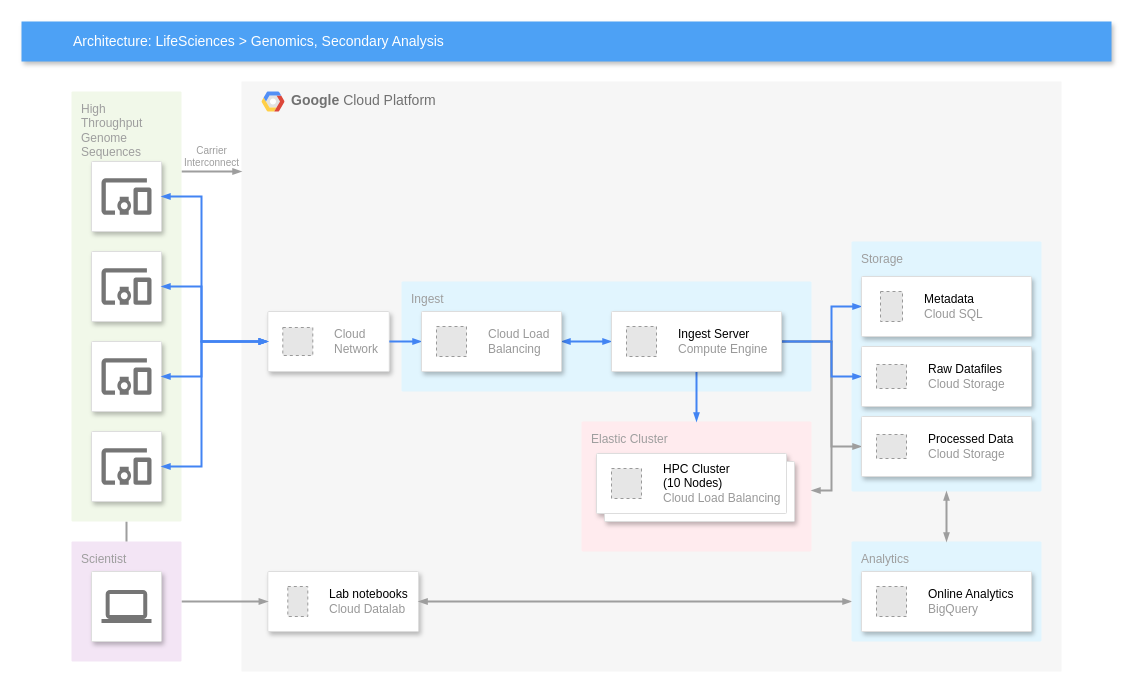
This is 未命名绘图.drawio from liuyuch1990/demo, a draw.io file, before an edit. Source tidied: cells renumbered, new cells numbered last; positions are measured from the earlier drawing's top-left corner, leaving out a move shared by most shapes. Both pictures are drawn from the tidied source at 100%, with x=0, y=0 at pixel (21, 21). Pictures stored in the file or linked from it are replaced by grey dashed boxes.
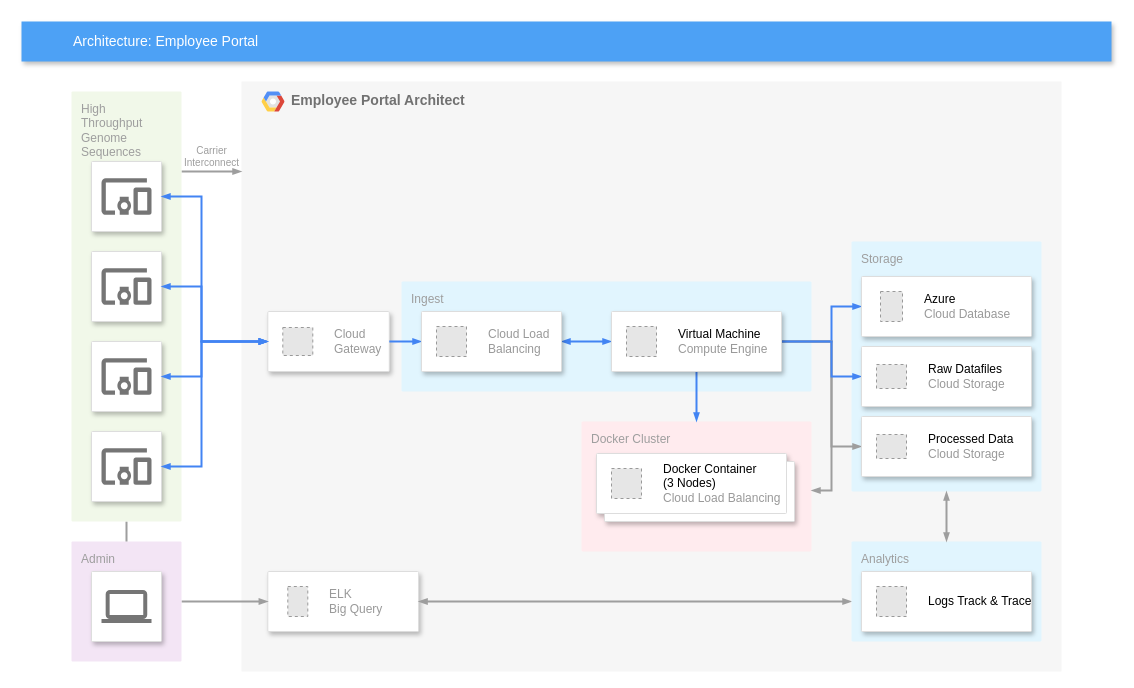
The same diagram, later.

The change refers to these unchanged cells:
```xml
<mxCell id="4" style="strokeColor=#dddddd;shadow=1;strokeWidth=1;rounded=1;absoluteArcSize=1;arcSize=2;" parent="2" vertex="1">
  <mxGeometry x="26.3" y="230" width="121.5" height="60" as="geometry" />
</mxCell>
<mxCell id="6" style="strokeColor=#dddddd;shadow=1;strokeWidth=1;rounded=1;absoluteArcSize=1;arcSize=2;" parent="2" vertex="1">
  <mxGeometry x="26.3" y="490" width="150.8" height="60" as="geometry" />
</mxCell>
<mxCell id="43" style="strokeColor=#dddddd;shadow=1;strokeWidth=1;rounded=1;absoluteArcSize=1;arcSize=2;" parent="1" vertex="1">
  <mxGeometry x="590" y="290" width="170" height="60" as="geometry" />
</mxCell>
<mxCell id="45" style="shape=mxgraph.gcp2.doubleRect;strokeColor=#dddddd;shadow=1;strokeWidth=1;rounded=1;absoluteArcSize=1;arcSize=2;" parent="1" vertex="1">
  <mxGeometry x="575" y="432" width="198" height="68" as="geometry" />
</mxCell>
<mxCell id="47" style="strokeColor=#dddddd;shadow=1;strokeWidth=1;rounded=1;absoluteArcSize=1;arcSize=2;" parent="1" vertex="1">
  <mxGeometry x="840" y="255" width="170" height="60" as="geometry" />
</mxCell>
<mxCell id="51" style="strokeColor=#dddddd;shadow=1;strokeWidth=1;rounded=1;absoluteArcSize=1;arcSize=2;" parent="1" vertex="1">
  <mxGeometry x="840" y="550" width="170" height="60" as="geometry" />
</mxCell>
```

What changed in the source:
```diff
@@
-    <mxCell id="2" value="&lt;b&gt;Google &lt;/b&gt;Cloud Platform" style="fillColor=#F6F6F6;strokeColor=none;shadow=0;gradientColor=none;fontSize=14;align=left;spacing=10;fontColor=#717171;9E9E9E;verticalAlign=top;spacingTop=-4;fontStyle=0;spacingLeft=40;html=1;" parent="1" vertex="1">
+    <mxCell id="2" value="&lt;b&gt;Employee Portal Architect&lt;/b&gt;" style="fillColor=#F6F6F6;strokeColor=none;shadow=0;gradientColor=none;fontSize=14;align=left;spacing=10;fontColor=#717171;9E9E9E;verticalAlign=top;spacingTop=-4;fontStyle=0;spacingLeft=40;html=1;" parent="1" vertex="1">
       <mxGeometry x="220" y="60" width="820" height="590" as="geometry" />
     </mxCell>
@@
-    <mxCell id="5" value="Cloud&#10;Network" style="fillColor=#E6E6E6;strokeColor=#999999;dashed=1;html=1;fontColor=#999999;verticalLabelPosition=middle;verticalAlign=middle;labelPosition=right;align=left;spacingLeft=20;" parent="4" vertex="1">
+    <mxCell id="5" value="Cloud&lt;br&gt;Gateway" style="fillColor=#E6E6E6;strokeColor=#999999;dashed=1;html=1;fontColor=#999999;verticalLabelPosition=middle;verticalAlign=middle;labelPosition=right;align=left;spacingLeft=20;" parent="4" vertex="1">
       <mxGeometry width="30" height="28" relative="1" as="geometry">
         <mxPoint x="15" y="16" as="offset" />
       </mxGeometry>
     </mxCell>
@@
-    <mxCell id="7" value="&lt;font color=&quot;#000000&quot;&gt;Lab notebooks&lt;/font&gt;&lt;br&gt;Cloud Datalab" style="fillColor=#E6E6E6;strokeColor=#999999;dashed=1;html=1;fontColor=#999999;verticalLabelPosition=middle;verticalAlign=middle;labelPosition=right;align=left;spacingLeft=20;" parent="6" vertex="1">
+    <mxCell id="7" value="&lt;font&gt;ELK&amp;nbsp;&lt;/font&gt;&lt;div&gt;Big Query&lt;/div&gt;" style="fillColor=#E6E6E6;strokeColor=#999999;dashed=1;html=1;fontColor=#999999;verticalLabelPosition=middle;verticalAlign=middle;labelPosition=right;align=left;spacingLeft=20;" parent="6" vertex="1">
       <mxGeometry width="20" height="30" relative="1" as="geometry">
         <mxPoint x="20" y="15" as="offset" />
       </mxGeometry>
     </mxCell>
-    <mxCell id="8" value="Elastic Cluster" style="rounded=1;absoluteArcSize=1;arcSize=2;html=1;strokeColor=none;gradientColor=none;shadow=0;dashed=0;fontSize=12;fontColor=#9E9E9E;align=left;verticalAlign=top;spacing=10;spacingTop=-4;fillColor=#FFEBEE;" parent="1" vertex="1">
+    <mxCell id="8" value="Docker Cluster" style="rounded=1;absoluteArcSize=1;arcSize=2;html=1;strokeColor=none;gradientColor=none;shadow=0;dashed=0;fontSize=12;fontColor=#9E9E9E;align=left;verticalAlign=top;spacing=10;spacingTop=-4;fillColor=#FFEBEE;" parent="1" vertex="1">
       <mxGeometry x="560" y="400" width="230" height="130" as="geometry" />
     </mxCell>
@@
-    <mxCell id="12" value="Scientist" style="rounded=1;absoluteArcSize=1;arcSize=2;html=1;strokeColor=none;gradientColor=none;shadow=0;dashed=0;fontSize=12;fontColor=#9E9E9E;align=left;verticalAlign=top;spacing=10;spacingTop=-4;fillColor=#F3E5F5;" parent="1" vertex="1">
+    <mxCell id="12" value="Admin" style="rounded=1;absoluteArcSize=1;arcSize=2;html=1;strokeColor=none;gradientColor=none;shadow=0;dashed=0;fontSize=12;fontColor=#9E9E9E;align=left;verticalAlign=top;spacing=10;spacingTop=-4;fillColor=#F3E5F5;" parent="1" vertex="1">
       <mxGeometry x="50" y="520" width="110" height="120" as="geometry" />
     </mxCell>
@@
-    <mxCell id="16" value="Architecture: LifeSciences &amp;gt; Genomics, Secondary Analysis" style="fillColor=#4DA1F5;strokeColor=none;shadow=1;gradientColor=none;fontSize=14;align=left;spacingLeft=50;fontColor=#ffffff;html=1;" parent="1" vertex="1">
+    <mxCell id="16" value="Architecture: Employee Portal" style="fillColor=#4DA1F5;strokeColor=none;shadow=1;gradientColor=none;fontSize=14;align=left;spacingLeft=50;fontColor=#ffffff;html=1;" parent="1" vertex="1">
       <mxGeometry width="1090" height="40" as="geometry" />
     </mxCell>
@@
-    <mxCell id="44" value="&lt;font color=&quot;#000000&quot;&gt;Ingest Server&lt;/font&gt;&lt;br&gt;Compute Engine" style="fillColor=#E6E6E6;strokeColor=#999999;dashed=1;html=1;fontColor=#999999;verticalLabelPosition=middle;verticalAlign=middle;labelPosition=right;align=left;spacingLeft=20;" parent="43" vertex="1">
+    <mxCell id="44" value="&lt;font color=&quot;#000000&quot;&gt;Virtual Machine&lt;/font&gt;&lt;div&gt;Compute Engine&lt;/div&gt;" style="fillColor=#E6E6E6;strokeColor=#999999;dashed=1;html=1;fontColor=#999999;verticalLabelPosition=middle;verticalAlign=middle;labelPosition=right;align=left;spacingLeft=20;" parent="43" vertex="1">
       <mxGeometry width="30" height="30" relative="1" as="geometry">
         <mxPoint x="15" y="15" as="offset" />
       </mxGeometry>
     </mxCell>
@@
-    <mxCell id="46" value="&lt;font color=&quot;#000000&quot;&gt;HPC Cluster&lt;br&gt;(10 Nodes)&lt;/font&gt;&lt;br&gt;Cloud Load Balancing" style="fillColor=#E6E6E6;strokeColor=#999999;dashed=1;html=1;fontColor=#999999;verticalLabelPosition=middle;verticalAlign=middle;labelPosition=right;align=left;spacingLeft=20;" parent="45" vertex="1">
+    <mxCell id="46" value="&lt;font color=&quot;#000000&quot;&gt;Docker Container&lt;/font&gt;&lt;div&gt;&lt;font color=&quot;#000000&quot;&gt;(3 Nodes)&lt;/font&gt;&lt;br&gt;Cloud Load Balancing&lt;/div&gt;" style="fillColor=#E6E6E6;strokeColor=#999999;dashed=1;html=1;fontColor=#999999;verticalLabelPosition=middle;verticalAlign=middle;labelPosition=right;align=left;spacingLeft=20;" parent="45" vertex="1">
       <mxGeometry width="30" height="30" relative="1" as="geometry">
         <mxPoint x="15" y="15" as="offset" />
       </mxGeometry>
     </mxCell>
@@
-    <mxCell id="48" value="&lt;font color=&quot;#000000&quot;&gt;Metadata&lt;/font&gt;&lt;br&gt;Cloud SQL" style="fillColor=#E6E6E6;strokeColor=#999999;dashed=1;html=1;fontColor=#999999;verticalLabelPosition=middle;verticalAlign=middle;labelPosition=right;align=left;spacingLeft=20;" parent="47" vertex="1">
+    <mxCell id="48" value="&lt;font color=&quot;#000000&quot;&gt;Azure&amp;nbsp;&lt;/font&gt;&lt;div&gt;Cloud Database&lt;/div&gt;" style="fillColor=#E6E6E6;strokeColor=#999999;dashed=1;html=1;fontColor=#999999;verticalLabelPosition=middle;verticalAlign=middle;labelPosition=right;align=left;spacingLeft=20;" parent="47" vertex="1">
       <mxGeometry width="22" height="30" relative="1" as="geometry">
         <mxPoint x="19" y="15" as="offset" />
       </mxGeometry>
     </mxCell>
@@
-    <mxCell id="52" value="&lt;font color=&quot;#000000&quot;&gt;Online Analytics&lt;/font&gt;&lt;br&gt;BigQuery" style="fillColor=#E6E6E6;strokeColor=#999999;dashed=1;html=1;fontColor=#999999;verticalLabelPosition=middle;verticalAlign=middle;labelPosition=right;align=left;spacingLeft=20;" parent="51" vertex="1">
+    <mxCell id="52" value="&lt;font color=&quot;#000000&quot;&gt;Logs Track &amp;amp; Trace&lt;/font&gt;" style="fillColor=#E6E6E6;strokeColor=#999999;dashed=1;html=1;fontColor=#999999;verticalLabelPosition=middle;verticalAlign=middle;labelPosition=right;align=left;spacingLeft=20;" parent="51" vertex="1">
       <mxGeometry width="30" height="30" relative="1" as="geometry">
         <mxPoint x="15" y="15" as="offset" />
       </mxGeometry>
     </mxCell>
```
